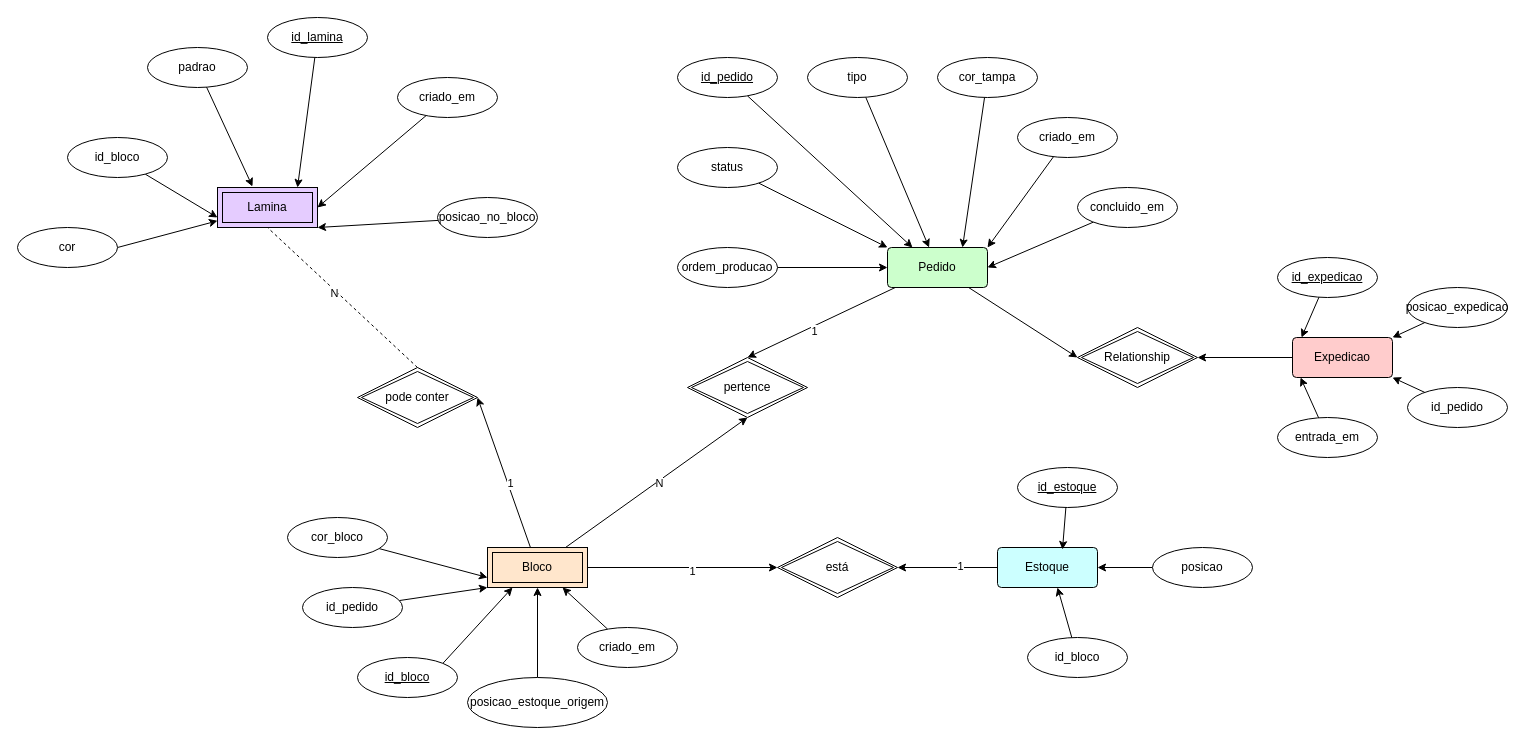
Before: smart/src/main/resources/static/DER.drawio in braianhoeltgebaum-senai/SA-tecdes-1, a draw.io diagram. Source tidied: cells renumbered, new cells numbered last; positions are measured from the earlier drawing's top-left corner, leaving out a move shared by most shapes. Both pictures are drawn from the tidied source at 100%, with x=0, y=0 at pixel (17, 17).
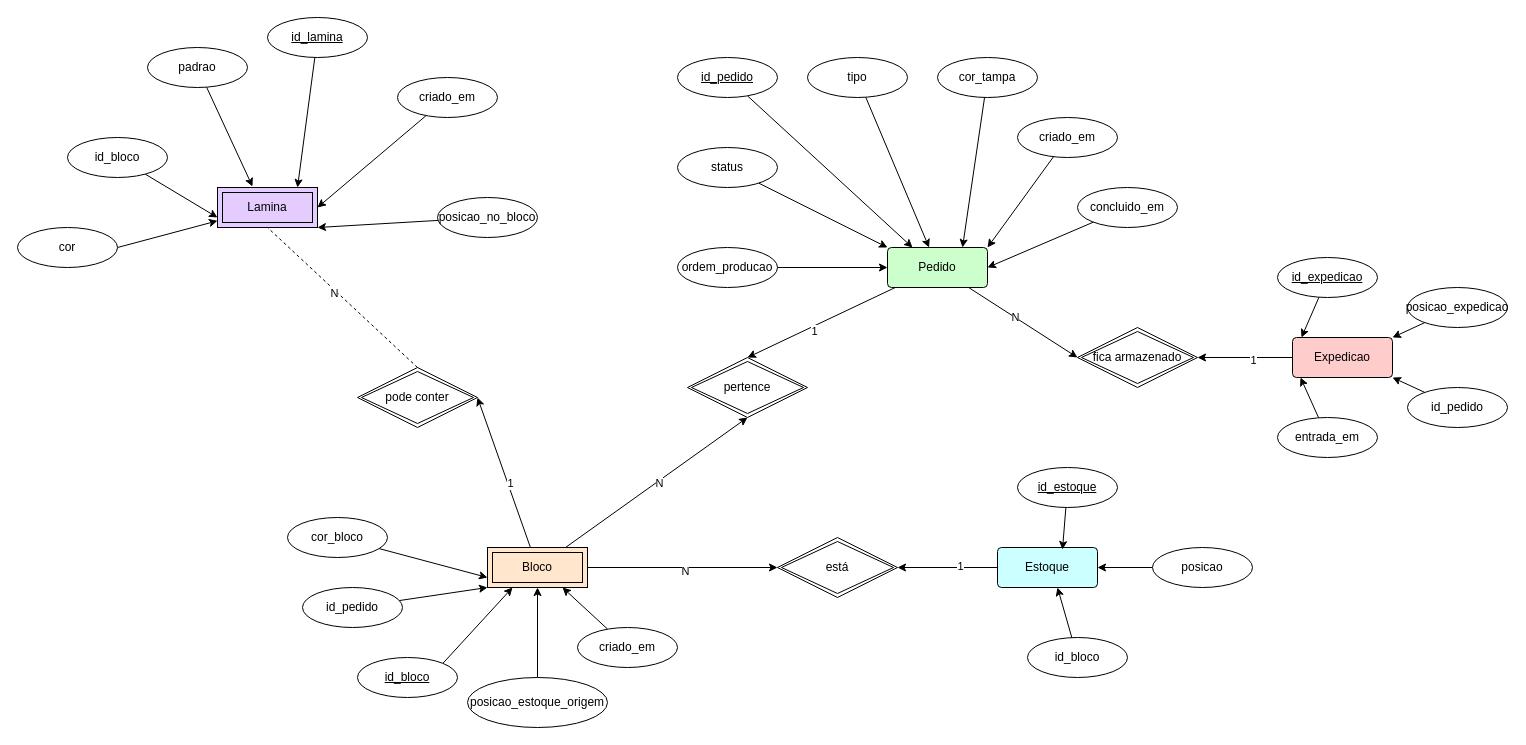
The same diagram, later.

Unchanged cells that the change refers to:
```xml
<mxCell id="2" style="edgeStyle=none;html=1;entryX=1;entryY=0.5;entryDx=0;entryDy=0;" parent="1" edge="1" source="3" target="74">
  <mxGeometry relative="1" as="geometry" />
</mxCell>
<mxCell id="9" style="edgeStyle=none;html=1;entryX=0;entryY=0.5;entryDx=0;entryDy=0;" parent="1" edge="1" source="10" target="74">
  <mxGeometry relative="1" as="geometry" />
</mxCell>
<mxCell id="16" style="edgeStyle=none;html=1;entryX=0;entryY=0.5;entryDx=0;entryDy=0;" parent="1" edge="1" source="18" target="73">
  <mxGeometry relative="1" as="geometry" />
</mxCell>
```

The edit, as a diff of the source:
```diff
@@
+    <mxCell id="17" value="1" style="edgeLabel;html=1;align=center;verticalAlign=middle;" parent="2" vertex="1">
+      <mxGeometry x="-0.16" y="2" relative="1" as="geometry" />
+    </mxCell>
@@
+    <mxCell id="75" value="N" style="edgeLabel;html=1;align=center;verticalAlign=middle;" parent="9" vertex="1">
+      <mxGeometry x="-0.15" relative="1" as="geometry" />
+    </mxCell>
@@
-    <mxCell id="17" value="1" style="edgeLabel;html=1;align=center;verticalAlign=middle;" parent="16" vertex="1">
-      <mxGeometry x="0.09" y="-3" relative="1" as="geometry" />
-    </mxCell>
+    <mxCell id="76" value="N" style="edgeLabel;html=1;align=center;verticalAlign=middle;" parent="16" vertex="1">
+      <mxGeometry x="0.02" y="-3" relative="1" as="geometry" />
+    </mxCell>
@@
-    <mxCell id="74" value="Relationship" style="shape=rhombus;double=1;perimeter=rhombusPerimeter;whiteSpace=wrap;html=1;align=center;" parent="1" vertex="1">
+    <mxCell id="74" value="fica armazenado" style="shape=rhombus;double=1;perimeter=rhombusPerimeter;whiteSpace=wrap;html=1;align=center;" parent="1" vertex="1">
       <mxGeometry x="1060" y="310" width="120" height="60" as="geometry" />
     </mxCell>
```
